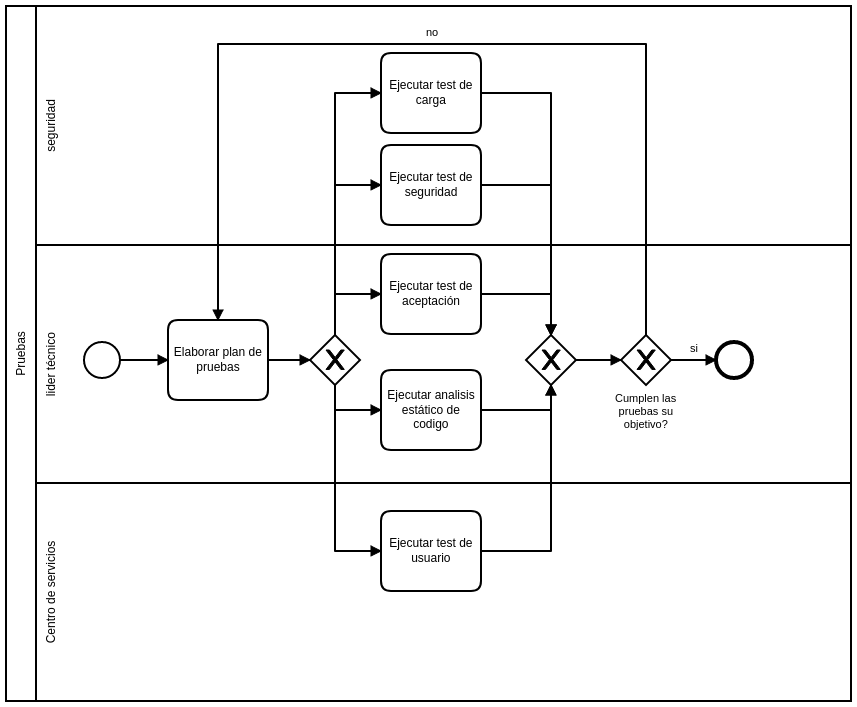
The BPMN diagram procedimientos/imagenes/pruebas.png in udistrital/arquitectura_docs, before a commit. Its source is kept beside it as procedimientos/imagenes/pruebas.bpmn. Ids are renumbered.
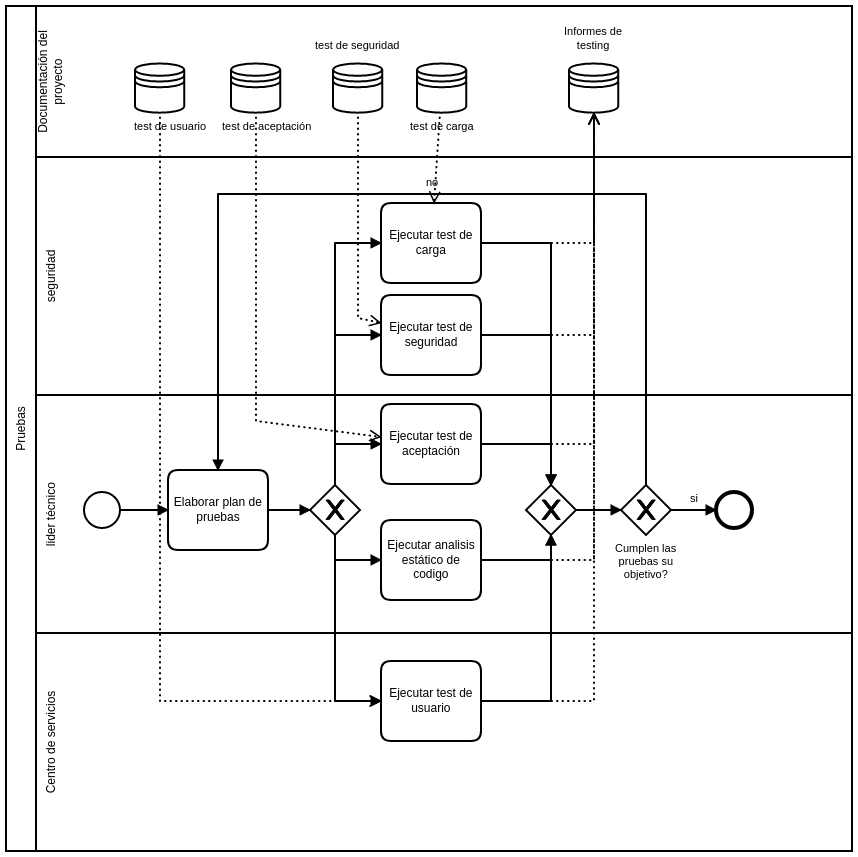
Above is the later version.

Commit message:
actualización de las fuentes de pruebas

The edit, as a diff of the source:
```diff
@@ -22,6 +22,7 @@
         <bpmn:flowNodeRef>ExclusiveGateway_n17</bpmn:flowNodeRef>
         <bpmn:flowNodeRef>EndEvent_n18</bpmn:flowNodeRef>
       </bpmn:lane>
+      <bpmn:lane id="Lane_n34" name="Documentación del proyecto" />
     </bpmn:laneSet>
     <bpmn:sequenceFlow id="SequenceFlow_n19" sourceRef="StartEvent_1" targetRef="Task_n14" />
     <bpmn:sequenceFlow id="SequenceFlow_n20" sourceRef="Task_n14" targetRef="ExclusiveGateway_n15" />
@@ -30,10 +31,26 @@
     <bpmn:task id="Task_n6" name="Ejecutar test de carga">
       <bpmn:incoming>SequenceFlow_n21</bpmn:incoming>
       <bpmn:outgoing>SequenceFlow_n23</bpmn:outgoing>
+      <bpmn:property id="Property_n35" name="__targetRef_placeholder" />
+      <bpmn:dataInputAssociation id="DataInputAssociation_n36">
+        <bpmn:sourceRef>DataStoreReference_n37</bpmn:sourceRef>
+        <bpmn:targetRef>Property_n35</bpmn:targetRef>
+      </bpmn:dataInputAssociation>
+      <bpmn:dataOutputAssociation id="DataOutputAssociation_n38">
+        <bpmn:targetRef>DataStoreReference_n39</bpmn:targetRef>
+      </bpmn:dataOutputAssociation>
     </bpmn:task>
     <bpmn:task id="Task_n7" name="Ejecutar test de seguridad">
       <bpmn:incoming>SequenceFlow_n22</bpmn:incoming>
       <bpmn:outgoing>SequenceFlow_n24</bpmn:outgoing>
+      <bpmn:property id="Property_n40" name="__targetRef_placeholder" />
+      <bpmn:dataInputAssociation id="DataInputAssociation_n41">
+        <bpmn:sourceRef>DataStoreReference_n42</bpmn:sourceRef>
+        <bpmn:targetRef>Property_n40</bpmn:targetRef>
+      </bpmn:dataInputAssociation>
+      <bpmn:dataOutputAssociation id="DataOutputAssociation_n43">
+        <bpmn:targetRef>DataStoreReference_n39</bpmn:targetRef>
+      </bpmn:dataOutputAssociation>
     </bpmn:task>
     <bpmn:sequenceFlow id="SequenceFlow_n25" sourceRef="ExclusiveGateway_n15" targetRef="Task_n12" />
     <bpmn:sequenceFlow id="SequenceFlow_n26" sourceRef="ExclusiveGateway_n15" targetRef="Task_n9" />
@@ -44,16 +61,35 @@
     <bpmn:task id="Task_n12" name="Ejecutar test de aceptación">
       <bpmn:incoming>SequenceFlow_n25</bpmn:incoming>
       <bpmn:outgoing>SequenceFlow_n27</bpmn:outgoing>
+      <bpmn:property id="Property_n44" name="__targetRef_placeholder" />
+      <bpmn:dataInputAssociation id="DataInputAssociation_n45">
+        <bpmn:sourceRef>DataStoreReference_n46</bpmn:sourceRef>
+        <bpmn:targetRef>Property_n44</bpmn:targetRef>
+      </bpmn:dataInputAssociation>
+      <bpmn:dataOutputAssociation id="DataOutputAssociation_n47">
+        <bpmn:targetRef>DataStoreReference_n39</bpmn:targetRef>
+      </bpmn:dataOutputAssociation>
     </bpmn:task>
     <bpmn:sequenceFlow id="SequenceFlow_n29" sourceRef="ExclusiveGateway_n15" targetRef="Task_n13" />
     <bpmn:sequenceFlow id="SequenceFlow_n30" sourceRef="Task_n13" targetRef="ExclusiveGateway_n16" />
     <bpmn:task id="Task_n9" name="Ejecutar test de usuario">
       <bpmn:incoming>SequenceFlow_n26</bpmn:incoming>
       <bpmn:outgoing>SequenceFlow_n28</bpmn:outgoing>
+      <bpmn:property id="Property_n48" name="__targetRef_placeholder" />
+      <bpmn:dataInputAssociation id="DataInputAssociation_n49">
+        <bpmn:sourceRef>DataStoreReference_n50</bpmn:sourceRef>
+        <bpmn:targetRef>Property_n48</bpmn:targetRef>
+      </bpmn:dataInputAssociation>
+      <bpmn:dataOutputAssociation id="DataOutputAssociation_n51">
+        <bpmn:targetRef>DataStoreReference_n39</bpmn:targetRef>
+      </bpmn:dataOutputAssociation>
     </bpmn:task>
     <bpmn:task id="Task_n13" name="Ejecutar analisis estático de codigo">
       <bpmn:incoming>SequenceFlow_n29</bpmn:incoming>
       <bpmn:outgoing>SequenceFlow_n30</bpmn:outgoing>
+      <bpmn:dataOutputAssociation id="DataOutputAssociation_n52">
+        <bpmn:targetRef>DataStoreReference_n39</bpmn:targetRef>
+      </bpmn:dataOutputAssociation>
     </bpmn:task>
     <bpmn:task id="Task_n14" name="Elaborar plan de pruebas">
       <bpmn:incoming>SequenceFlow_n19</bpmn:incoming>
@@ -90,23 +126,28 @@
       <bpmn:incoming>SequenceFlow_n33</bpmn:incoming>
     </bpmn:endEvent>
     <bpmn:sequenceFlow id="SequenceFlow_n33" name="si" sourceRef="ExclusiveGateway_n17" targetRef="EndEvent_n18" />
+    <bpmn:dataStoreReference id="DataStoreReference_n39" name="Informes de testing" />
+    <bpmn:dataStoreReference id="DataStoreReference_n42" name="test de seguridad" />
+    <bpmn:dataStoreReference id="DataStoreReference_n37" name="test de carga" />
+    <bpmn:dataStoreReference id="DataStoreReference_n46" name="test de aceptación" />
+    <bpmn:dataStoreReference id="DataStoreReference_n50" name="test de usuario" />
   </bpmn:process>
   <bpmndi:BPMNDiagram id="BPMNDiagram_1">
     <bpmndi:BPMNPlane id="BPMNPlane_1" bpmnElement="Collaboration_n2">
       <bpmndi:BPMNShape id="Participant_n3_di" bpmnElement="Participant_n3">
-        <dc:Bounds x="123" y="-33" width="845" height="695" />
+        <dc:Bounds x="123" y="-183" width="846" height="845" />
       </bpmndi:BPMNShape>
       <bpmndi:BPMNShape id="_BPMNShape_StartEvent_2" bpmnElement="StartEvent_1">
         <dc:Bounds x="201" y="303" width="36" height="36" />
       </bpmndi:BPMNShape>
       <bpmndi:BPMNShape id="Lane_n5_di" bpmnElement="Lane_n5">
-        <dc:Bounds x="153" y="-33" width="815" height="239" />
+        <dc:Bounds x="153" y="-32" width="816" height="238" />
       </bpmndi:BPMNShape>
       <bpmndi:BPMNShape id="Lane_n8_di" bpmnElement="Lane_n8">
-        <dc:Bounds x="153" y="444" width="815" height="218" />
+        <dc:Bounds x="153" y="444" width="816" height="218" />
       </bpmndi:BPMNShape>
       <bpmndi:BPMNShape id="Lane_n11_di" bpmnElement="Lane_n11">
-        <dc:Bounds x="153" y="206" width="815" height="238" />
+        <dc:Bounds x="153" y="206" width="816" height="238" />
       </bpmndi:BPMNShape>
       <bpmndi:BPMNShape id="Task_n14_di" bpmnElement="Task_n14">
         <dc:Bounds x="285" y="281" width="100" height="80" />
@@ -219,6 +260,83 @@
           <dc:Bounds x="807" y="303" width="8" height="14" />
         </bpmndi:BPMNLabel>
       </bpmndi:BPMNEdge>
+      <bpmndi:BPMNShape id="Lane_n34_di" bpmnElement="Lane_n34">
+        <dc:Bounds x="153" y="-183" width="816" height="151" />
+      </bpmndi:BPMNShape>
+      <bpmndi:BPMNShape id="DataStoreReference_n39_di" bpmnElement="DataStoreReference_n39">
+        <dc:Bounds x="686" y="-126" width="50" height="50" />
+        <bpmndi:BPMNLabel>
+          <dc:Bounds x="681" y="-163.5" width="59" height="27" />
+        </bpmndi:BPMNLabel>
+      </bpmndi:BPMNShape>
+      <bpmndi:BPMNEdge id="DataOutputAssociation_n38_di" bpmnElement="DataOutputAssociation_n38">
+        <di:waypoint x="598" y="54" />
+        <di:waypoint x="711" y="54" />
+        <di:waypoint x="711" y="-76" />
+      </bpmndi:BPMNEdge>
+      <bpmndi:BPMNEdge id="DataOutputAssociation_n43_di" bpmnElement="DataOutputAssociation_n43">
+        <di:waypoint x="598" y="146" />
+        <di:waypoint x="711" y="146" />
+        <di:waypoint x="711" y="-76" />
+      </bpmndi:BPMNEdge>
+      <bpmndi:BPMNEdge id="DataOutputAssociation_n47_di" bpmnElement="DataOutputAssociation_n47">
+        <di:waypoint x="598" y="255" />
+        <di:waypoint x="711" y="255" />
+        <di:waypoint x="711" y="-76" />
+      </bpmndi:BPMNEdge>
+      <bpmndi:BPMNEdge id="DataOutputAssociation_n52_di" bpmnElement="DataOutputAssociation_n52">
+        <di:waypoint x="598" y="371" />
+        <di:waypoint x="711" y="371" />
+        <di:waypoint x="711" y="-76" />
+      </bpmndi:BPMNEdge>
+      <bpmndi:BPMNEdge id="DataOutputAssociation_n51_di" bpmnElement="DataOutputAssociation_n51">
+        <di:waypoint x="598" y="512" />
+        <di:waypoint x="711" y="512" />
+        <di:waypoint x="711" y="-76" />
+      </bpmndi:BPMNEdge>
+      <bpmndi:BPMNShape id="DataStoreReference_n42_di" bpmnElement="DataStoreReference_n42">
+        <dc:Bounds x="450" y="-126" width="50" height="50" />
+        <bpmndi:BPMNLabel>
+          <dc:Bounds x="432" y="-150" width="85" height="14" />
+        </bpmndi:BPMNLabel>
+      </bpmndi:BPMNShape>
+      <bpmndi:BPMNShape id="DataStoreReference_n37_di" bpmnElement="DataStoreReference_n37">
+        <dc:Bounds x="534" y="-126" width="50" height="50" />
+        <bpmndi:BPMNLabel>
+          <dc:Bounds x="527" y="-69" width="65" height="14" />
+        </bpmndi:BPMNLabel>
+      </bpmndi:BPMNShape>
+      <bpmndi:BPMNShape id="DataStoreReference_n46_di" bpmnElement="DataStoreReference_n46">
+        <dc:Bounds x="348" y="-126" width="50" height="50" />
+        <bpmndi:BPMNLabel>
+          <dc:Bounds x="339" y="-69" width="90" height="14" />
+        </bpmndi:BPMNLabel>
+      </bpmndi:BPMNShape>
+      <bpmndi:BPMNShape id="DataStoreReference_n50_di" bpmnElement="DataStoreReference_n50">
+        <dc:Bounds x="252" y="-126" width="50" height="50" />
+        <bpmndi:BPMNLabel>
+          <dc:Bounds x="251" y="-69" width="73" height="14" />
+        </bpmndi:BPMNLabel>
+      </bpmndi:BPMNShape>
+      <bpmndi:BPMNEdge id="DataInputAssociation_n36_di" bpmnElement="DataInputAssociation_n36">
+        <di:waypoint x="557" y="-76" />
+        <di:waypoint x="551" y="14" />
+      </bpmndi:BPMNEdge>
+      <bpmndi:BPMNEdge id="DataInputAssociation_n41_di" bpmnElement="DataInputAssociation_n41">
+        <di:waypoint x="475" y="-76" />
+        <di:waypoint x="475" y="129" />
+        <di:waypoint x="498" y="134" />
+      </bpmndi:BPMNEdge>
+      <bpmndi:BPMNEdge id="DataInputAssociation_n45_di" bpmnElement="DataInputAssociation_n45">
+        <di:waypoint x="373" y="-76" />
+        <di:waypoint x="373" y="232" />
+        <di:waypoint x="498" y="248" />
+      </bpmndi:BPMNEdge>
+      <bpmndi:BPMNEdge id="DataInputAssociation_n49_di" bpmnElement="DataInputAssociation_n49">
+        <di:waypoint x="277" y="-76" />
+        <di:waypoint x="277" y="512" />
+        <di:waypoint x="498" y="512" />
+      </bpmndi:BPMNEdge>
     </bpmndi:BPMNPlane>
   </bpmndi:BPMNDiagram>
 </bpmn:definitions>
```
